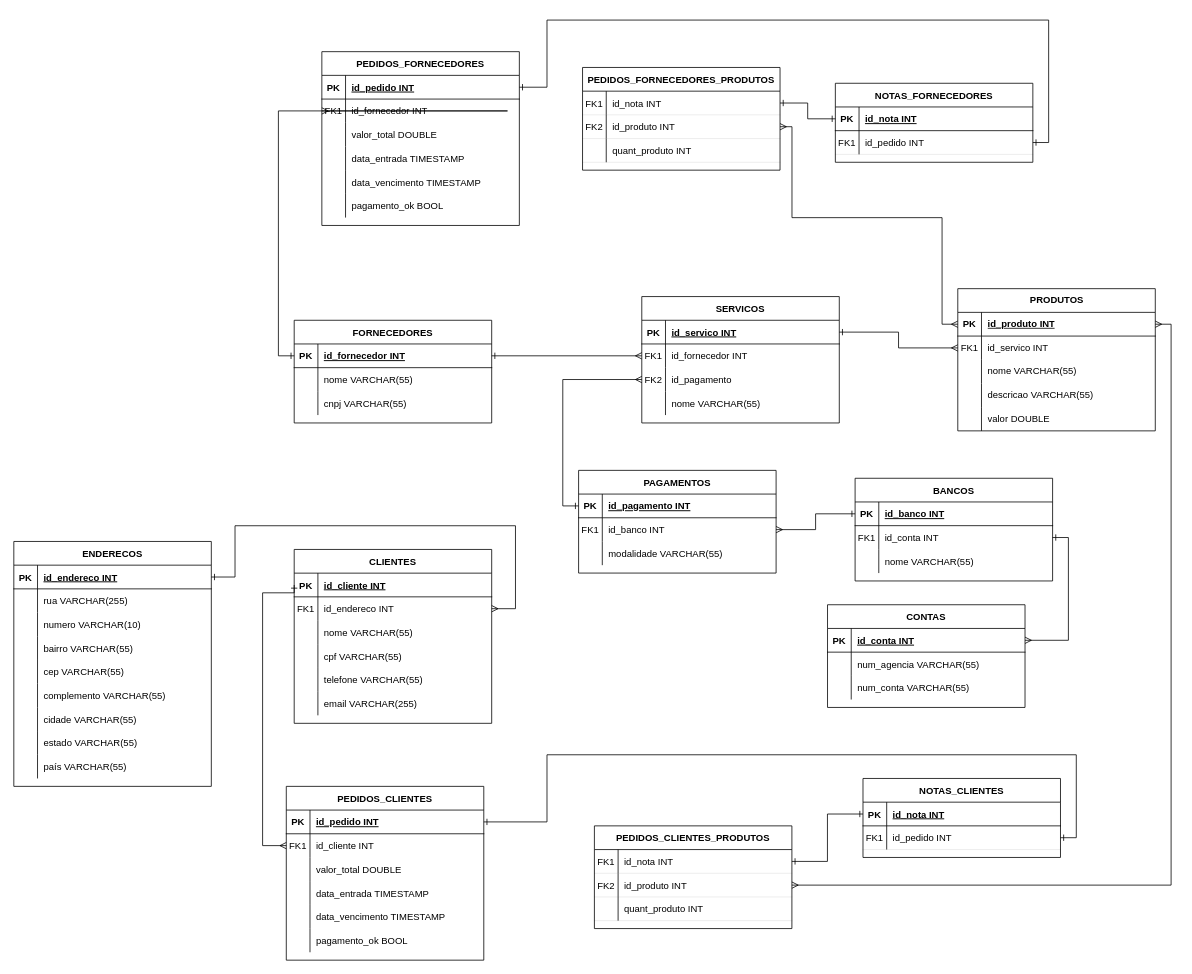
This is agência_de_turismo.drawio from GustavoSouza123/ERDs, a draw.io file, before an edit. Source tidied: cells renumbered, new cells numbered last; positions are measured from the earlier drawing's top-left corner, leaving out a move shared by most shapes. Both pictures are drawn from the tidied source at 79%, with x=0, y=0 at pixel (13, 20).
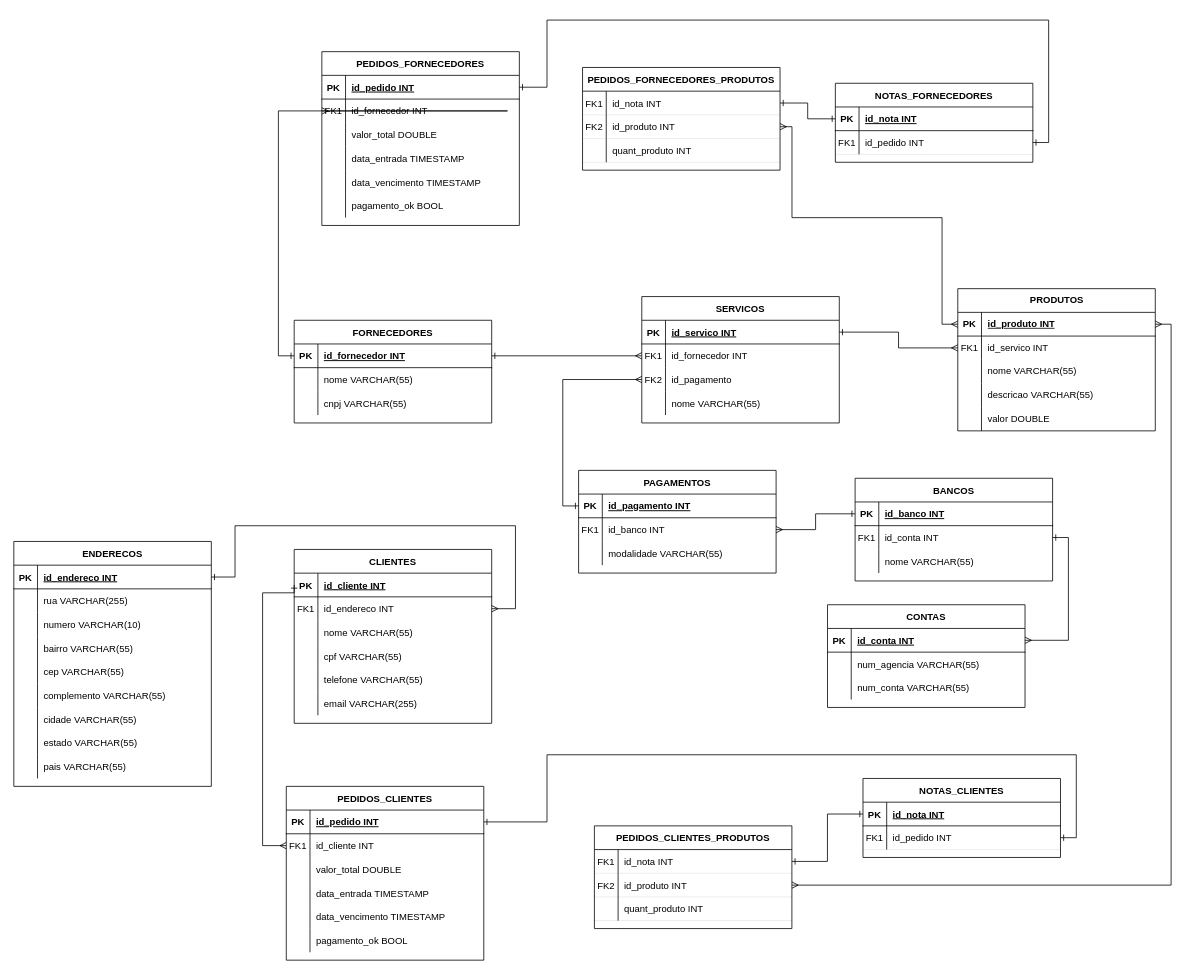
Above is the later version.

Unchanged cells that the change refers to:
```xml
<mxCell id="189" style="shape=partialRectangle;fillColor=none;top=0;left=0;right=0;bottom=0;" parent="164" vertex="1">
  <mxGeometry y="270" width="250" height="30" as="geometry" />
</mxCell>
```

What changed in the source:
```diff
@@
-    <mxCell id="191" value="país VARCHAR(55)" style="shape=partialRectangle;overflow=hidden;fillColor=none;top=0;left=0;bottom=0;right=0;align=left;spacingLeft=6;" parent="189" vertex="1">
+    <mxCell id="191" value="pais VARCHAR(55)" style="shape=partialRectangle;overflow=hidden;fillColor=none;top=0;left=0;bottom=0;right=0;align=left;spacingLeft=6;" parent="189" vertex="1">
       <mxGeometry x="30" width="220" height="30" as="geometry" />
     </mxCell>
```
